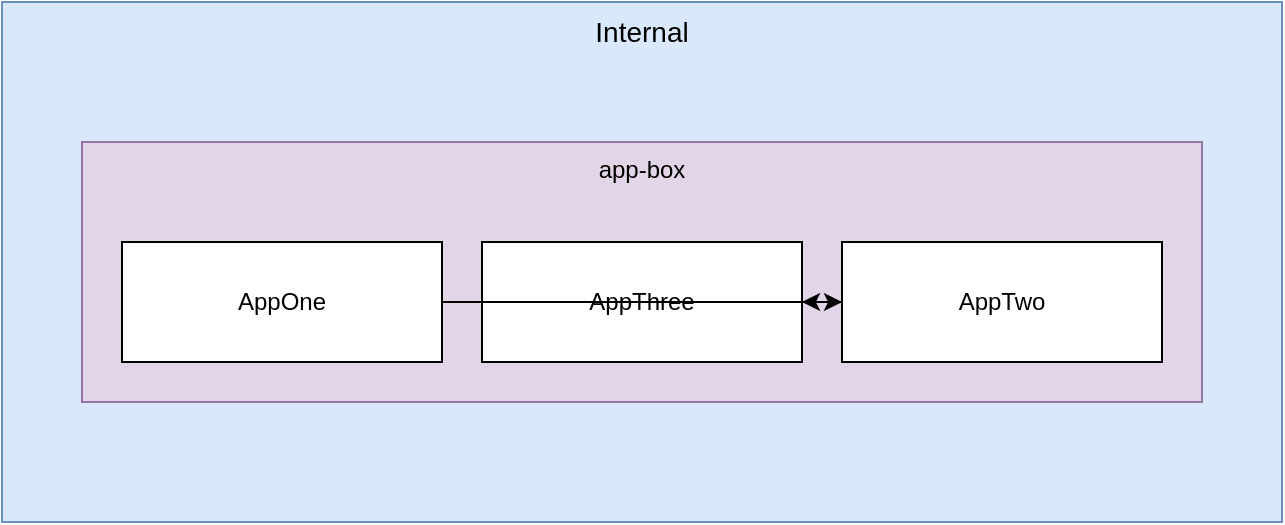
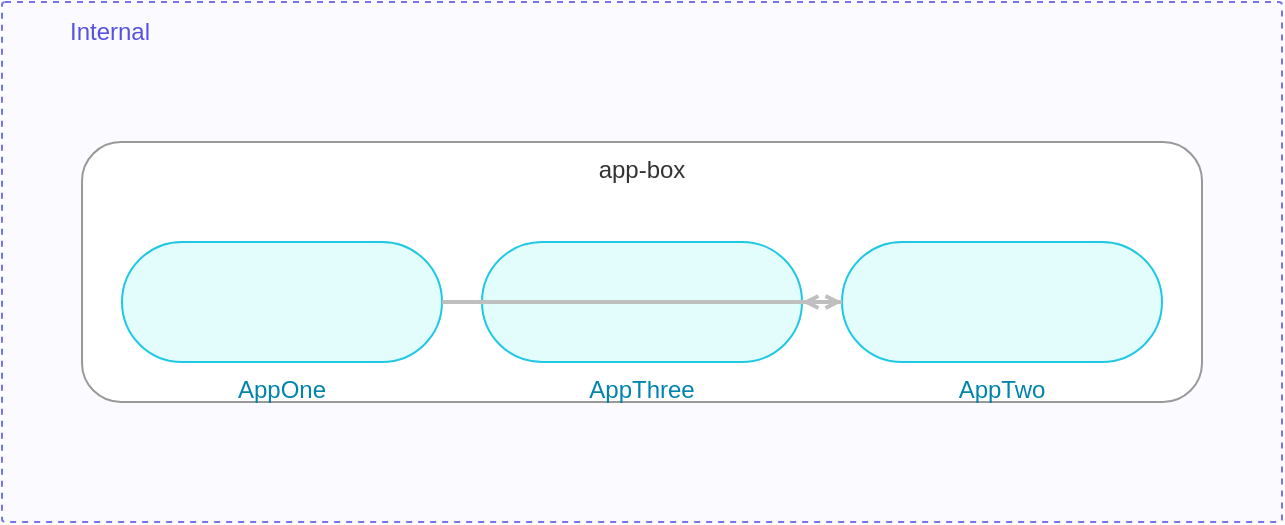
<?xml version='1.0' encoding='UTF-8'?>
<mxfile host="archithreat" version="1.0">
  <diagram id="id_cca2c3ed115a3096" name="co-hosted">
    <mxGraphModel dx="1422" dy="757" grid="1" gridSize="10" guides="1" tooltips="1" connect="1" arrows="1" fold="1" page="1" pageScale="1" pageWidth="850" pageHeight="1100" math="0" shadow="0">
      <root>
        <mxCell id="0"/>
        <mxCell id="1" parent="0"/>
-         <mxCell id="g_internal" value="Internal" style="shape=mxgraph.iriusrisk.trust_zone;html=1;whiteSpace=wrap;fillColor=#dae8fc;strokeColor=#6c8ebf;verticalAlign=top;fontSize=14;" parent="1" vertex="1">
+         <mxCell id="g_internal" value="Internal" style="ir.ref=2ab4effa-40b7-4cd2-ba81-8247d29a6f2d;rounded=1;whiteSpace=wrap;recursiveResize=0;html=1;verticalAlign=top;align=left;dashed=1;strokeWidth=1;arcSize=3;absoluteArcSize=1;spacingTop=1;spacingLeft=32;strokeColor=#7575EB;fillColor=#F0F0FF;fillOpacity=30;fontColor=#5651E0;connectable=0;container=1;source=iriusrisk;ir.type=TRUSTZONE;" parent="1" vertex="1">
          <mxGeometry x="40" y="40" width="640" height="260" as="geometry"/>
        </mxCell>
-         <mxCell id="n_box" value="app-box" style="shape=mxgraph.iriusrisk.host;html=1;whiteSpace=wrap;fillColor=#e1d5e7;strokeColor=#9673a6;verticalAlign=top;fontSize=12;" parent="g_internal" vertex="1">
+         <mxCell id="n_box" value="app-box" style="rounded=1;whiteSpace=wrap;html=1;fillColor=#FFFFFF;strokeColor=#999999;strokeWidth=1;dashed=0;verticalAlign=top;fontSize=12;fontColor=#333333;connectable=0;container=1;collapsible=0;recursiveResize=0;" parent="g_internal" vertex="1">
          <mxGeometry x="40" y="70" width="560" height="130" as="geometry"/>
        </mxCell>
-         <mxCell id="a_one" value="AppOne" style="shape=mxgraph.iriusrisk.generic_application;html=1;whiteSpace=wrap;fillColor=#ffffff;strokeColor=#000000;" parent="n_box" vertex="1">
+         <mxCell id="a_one" value="AppOne" style="rounded=1;whiteSpace=wrap;html=1;align=center;imageAlign=center;imageWidth=82;imageHeight=82;arcSize=90;absoluteArcSize=1;strokeColor=#20C9E3;fillColor=#E3FCFC;fontColor=#0084AD;fontSize=12;source=iriusrisk;ir.type=COMPONENT;ir.componentDefinition.ref=CD-V2-WEB-SERVICE;verticalLabelPosition=bottom;verticalAlign=top;ir.synchronized=1;strokeWidth=1;" parent="n_box" vertex="1">
          <mxGeometry x="20" y="50" width="160" height="60" as="geometry"/>
        </mxCell>
-         <mxCell id="a_three" value="AppThree" style="shape=mxgraph.iriusrisk.generic_application;html=1;whiteSpace=wrap;fillColor=#ffffff;strokeColor=#000000;" parent="n_box" vertex="1">
+         <mxCell id="a_three" value="AppThree" style="rounded=1;whiteSpace=wrap;html=1;align=center;imageAlign=center;imageWidth=82;imageHeight=82;arcSize=90;absoluteArcSize=1;strokeColor=#20C9E3;fillColor=#E3FCFC;fontColor=#0084AD;fontSize=12;source=iriusrisk;ir.type=COMPONENT;ir.componentDefinition.ref=CD-V2-WEB-SERVICE;verticalLabelPosition=bottom;verticalAlign=top;ir.synchronized=1;strokeWidth=1;" parent="n_box" vertex="1">
          <mxGeometry x="200" y="50" width="160" height="60" as="geometry"/>
        </mxCell>
-         <mxCell id="a_two" value="AppTwo" style="shape=mxgraph.iriusrisk.generic_application;html=1;whiteSpace=wrap;fillColor=#ffffff;strokeColor=#000000;" parent="n_box" vertex="1">
+         <mxCell id="a_two" value="AppTwo" style="rounded=1;whiteSpace=wrap;html=1;align=center;imageAlign=center;imageWidth=82;imageHeight=82;arcSize=90;absoluteArcSize=1;strokeColor=#20C9E3;fillColor=#E3FCFC;fontColor=#0084AD;fontSize=12;source=iriusrisk;ir.type=COMPONENT;ir.componentDefinition.ref=CD-V2-WEB-SERVICE;verticalLabelPosition=bottom;verticalAlign=top;ir.synchronized=1;strokeWidth=1;" parent="n_box" vertex="1">
          <mxGeometry x="380" y="50" width="160" height="60" as="geometry"/>
        </mxCell>
-         <mxCell id="r_f1" value="" style="edgeStyle=orthogonalEdgeStyle;rounded=0;html=1;endArrow=classic;" parent="1" edge="1" source="a_one" target="a_two">
+         <mxCell id="r_f1" value="" style="edgeStyle=none;curved=1;html=1;strokeColor=#BFBFBF;strokeWidth=2;endArrow=open;endFill=0;endSize=4;" parent="1" edge="1" source="a_one" target="a_two">
          <mxGeometry relative="1" as="geometry"/>
        </mxCell>
-         <mxCell id="r_f2" value="" style="edgeStyle=orthogonalEdgeStyle;rounded=0;html=1;endArrow=classic;" parent="1" edge="1" source="a_two" target="a_three">
+         <mxCell id="r_f2" value="" style="edgeStyle=none;curved=1;html=1;strokeColor=#BFBFBF;strokeWidth=2;endArrow=open;endFill=0;endSize=4;" parent="1" edge="1" source="a_two" target="a_three">
          <mxGeometry relative="1" as="geometry"/>
        </mxCell>
      </root>
    </mxGraphModel>
  </diagram>
</mxfile>
